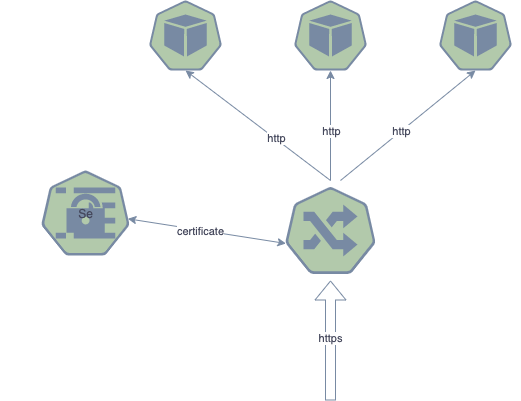
Earlier version of the draw.io export diagrams/ingress.drawio.png (pieterv-icloud-com/cert-manager-demo). Source tidied: cells renumbered, new cells last; positions are measured from the earlier drawing's top-left corner, leaving out a move shared by most shapes.
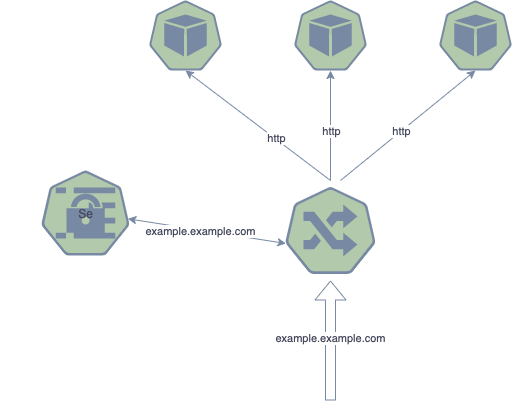
The same diagram one commit later.

Commit message:
Clarify host

Diff of the diagram source:
```diff
@@ -32,7 +32,7 @@
     <mxCell id="11" style="endArrow=classic;startArrow=classic;html=1;exitX=0.749;exitY=0.568;exitDx=0;exitDy=0;exitPerimeter=0;entryX=0.005;entryY=0.63;entryDx=0;entryDy=0;entryPerimeter=0;strokeColor=#788AA3;fontColor=#46495D;" parent="1" edge="1" source="6" target="5">
       <mxGeometry relative="1" as="geometry" />
     </mxCell>
-    <mxCell id="12" value="certificate" style="edgeLabel;html=1;align=center;verticalAlign=middle;fontColor=#46495D;" parent="11" vertex="1">
+    <mxCell id="12" value="example.example.com" style="edgeLabel;html=1;align=center;verticalAlign=middle;fontColor=#46495D;" parent="11" vertex="1">
       <mxGeometry x="-0.09" y="-1" relative="1" as="geometry" />
     </mxCell>
     <mxCell id="13" style="endArrow=classic;html=1;entryX=0.5;entryY=1;entryDx=0;entryDy=0;entryPerimeter=0;strokeColor=#788AA3;fontColor=#46495D;" parent="1" edge="1" target="4">
@@ -48,7 +48,7 @@
         <mxPoint x="330" y="400" as="sourcePoint" />
       </mxGeometry>
     </mxCell>
-    <mxCell id="16" value="https" style="edgeLabel;html=1;align=center;verticalAlign=middle;fontColor=#46495D;" parent="15" vertex="1">
+    <mxCell id="16" value="example.example.com" style="edgeLabel;html=1;align=center;verticalAlign=middle;fontColor=#46495D;" parent="15" vertex="1">
       <mxGeometry x="0.04" y="1" relative="1" as="geometry" />
     </mxCell>
   </root>
```
